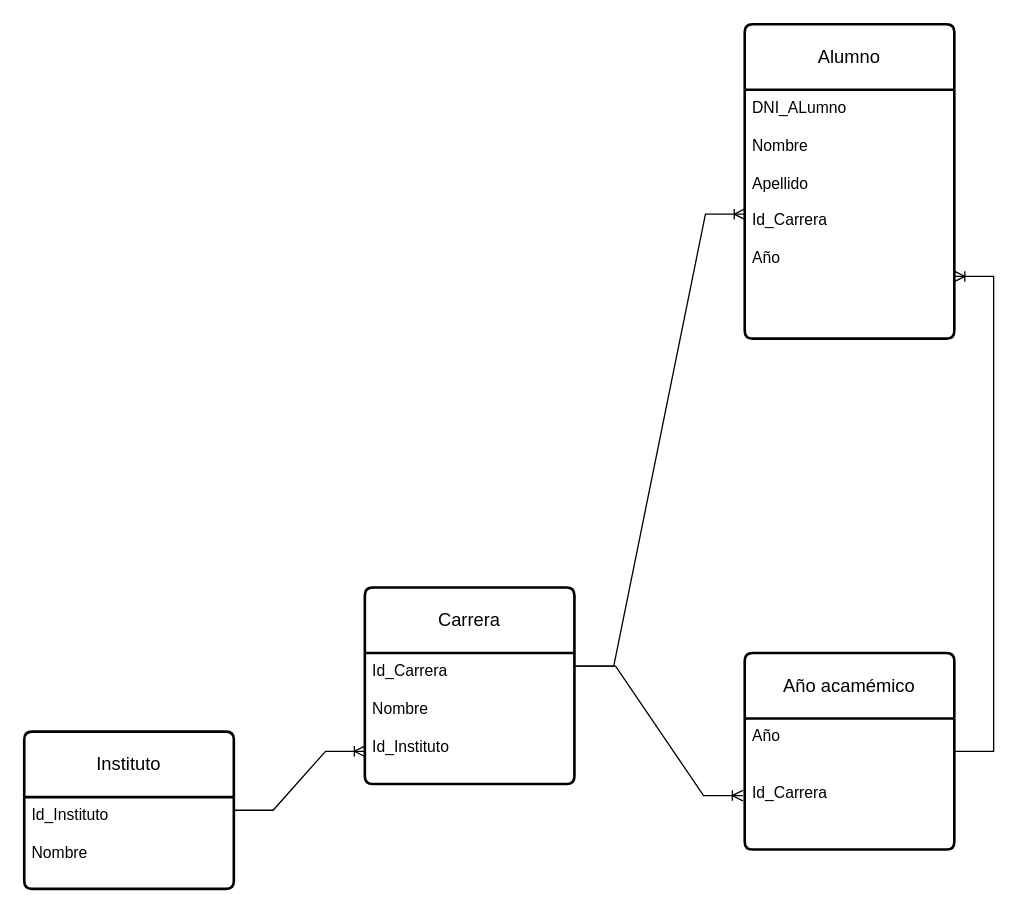
Earlier version of the draw.io diagram Untitled Diagram.drawio (Jolsman01/BasededatosIFODA). Source tidied: cells renumbered, new cells numbered last; positions are measured from the earlier drawing's top-left corner, leaving out a move shared by most shapes. Both pictures are drawn from the tidied source at 131%, with x=0, y=0 at pixel (24, 24).
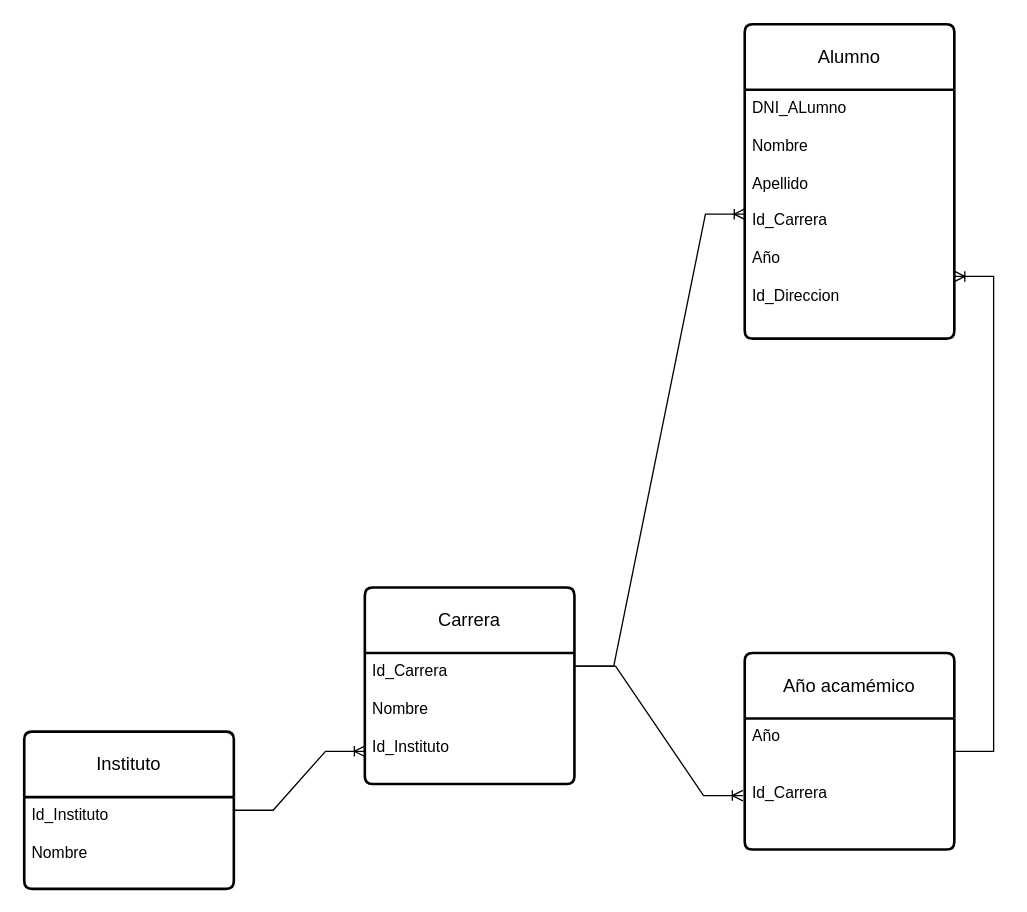
The same page after the edit.

Diff of the diagram source:
```diff
@@
 <mxGraphModel>
   <root>
     <mxCell id="0" />
     <mxCell id="1" parent="0" />
     <mxCell id="2" style="edgeStyle=entityRelationEdgeStyle;fontSize=12;html=1;endArrow=ERoneToMany;rounded=0;entryX=0;entryY=0.75;entryDx=0;entryDy=0;" parent="1" edge="1" target="6">
       <mxGeometry relative="1" as="geometry">
         <mxPoint x="160" y="600" as="sourcePoint" />
       </mxGeometry>
     </mxCell>
     <mxCell id="3" value="Instituto" style="swimlane;horizontal=1;startSize=50;rounded=1;fontSize=14;fontStyle=0;strokeWidth=2;shadow=0;dashed=0;align=center;arcSize=4;whiteSpace=wrap;html=1;" parent="1" vertex="1">
       <mxGeometry y="540" width="160" height="120" as="geometry" />
     </mxCell>
     <mxCell id="4" value="Id_Instituto&lt;br&gt;&lt;br&gt;&lt;div&gt;Nombre&lt;/div&gt;" style="align=left;strokeColor=none;fillColor=none;spacingLeft=4;spacingRight=4;fontSize=12;verticalAlign=top;html=1;whiteSpace=wrap;" parent="3" vertex="1">
       <mxGeometry y="50" width="160" height="70" as="geometry" />
     </mxCell>
     <mxCell id="5" value="Carrera" style="swimlane;horizontal=1;startSize=50;rounded=1;fontSize=14;fontStyle=0;strokeWidth=2;shadow=0;dashed=0;align=center;arcSize=4;whiteSpace=wrap;html=1;" parent="1" vertex="1">
       <mxGeometry x="260" y="430" width="160" height="150" as="geometry" />
     </mxCell>
     <mxCell id="6" value="Id_Carrera&lt;div&gt;&lt;br&gt;&lt;div&gt;Nombre&lt;/div&gt;&lt;div&gt;&lt;br&gt;&lt;/div&gt;&lt;div&gt;Id_Instituto&lt;br&gt;&lt;br&gt;&lt;/div&gt;&lt;/div&gt;" style="align=left;strokeColor=none;fillColor=none;spacingLeft=4;spacingRight=4;fontSize=12;verticalAlign=top;html=1;whiteSpace=wrap;" parent="5" vertex="1">
       <mxGeometry y="50" width="160" height="100" as="geometry" />
     </mxCell>
     <mxCell id="7" value="Año acamémico" style="swimlane;horizontal=1;startSize=50;rounded=1;fontSize=14;fontStyle=0;strokeWidth=2;shadow=0;dashed=0;align=center;arcSize=4;whiteSpace=wrap;html=1;" parent="1" vertex="1">
       <mxGeometry x="550" y="480" width="160" height="150" as="geometry" />
     </mxCell>
     <mxCell id="8" value="&lt;div&gt;&lt;div&gt;Año&lt;/div&gt;&lt;/div&gt;&lt;div&gt;&lt;br&gt;&lt;/div&gt;&lt;div&gt;&lt;br&gt;&lt;/div&gt;&lt;div&gt;Id_Carrera&lt;/div&gt;" style="align=left;strokeColor=none;fillColor=none;spacingLeft=4;spacingRight=4;fontSize=12;verticalAlign=top;html=1;whiteSpace=wrap;" parent="7" vertex="1">
       <mxGeometry y="50" width="160" height="100" as="geometry" />
     </mxCell>
     <mxCell id="9" style="edgeStyle=entityRelationEdgeStyle;fontSize=12;html=1;endArrow=ERoneToMany;rounded=0;exitX=1;exitY=0.5;exitDx=0;exitDy=0;entryX=-0.009;entryY=0.588;entryDx=0;entryDy=0;entryPerimeter=0;" parent="1" edge="1" target="8">
       <mxGeometry relative="1" as="geometry">
         <mxPoint x="421.4" y="490" as="sourcePoint" />
       </mxGeometry>
     </mxCell>
     <mxCell id="10" value="Alumno" style="swimlane;horizontal=1;startSize=50;rounded=1;fontSize=14;fontStyle=0;strokeWidth=2;shadow=0;dashed=0;align=center;arcSize=4;whiteSpace=wrap;html=1;" parent="1" vertex="1">
       <mxGeometry x="550" width="160" height="240" as="geometry" />
     </mxCell>
-    <mxCell id="11" value="DNI_ALumno&lt;div&gt;&lt;br&gt;&lt;/div&gt;&lt;div&gt;Nombre&lt;/div&gt;&lt;div&gt;&lt;br&gt;&lt;/div&gt;&lt;div&gt;Apellido&lt;/div&gt;&lt;div&gt;&lt;br&gt;&lt;/div&gt;&lt;div&gt;Id_Carrera&lt;/div&gt;&lt;div&gt;&lt;br&gt;&lt;/div&gt;&lt;div&gt;Año&lt;/div&gt;" style="align=left;strokeColor=none;fillColor=none;spacingLeft=4;spacingRight=4;fontSize=12;verticalAlign=top;html=1;whiteSpace=wrap;" parent="10" vertex="1">
+    <mxCell id="11" value="DNI_ALumno&lt;div&gt;&lt;br&gt;&lt;/div&gt;&lt;div&gt;Nombre&lt;/div&gt;&lt;div&gt;&lt;br&gt;&lt;/div&gt;&lt;div&gt;Apellido&lt;/div&gt;&lt;div&gt;&lt;br&gt;&lt;/div&gt;&lt;div&gt;Id_Carrera&lt;/div&gt;&lt;div&gt;&lt;br&gt;&lt;/div&gt;&lt;div&gt;Año&lt;/div&gt;&lt;div&gt;&lt;br&gt;&lt;/div&gt;&lt;div&gt;Id_Direccion&lt;/div&gt;" style="align=left;strokeColor=none;fillColor=none;spacingLeft=4;spacingRight=4;fontSize=12;verticalAlign=top;html=1;whiteSpace=wrap;" parent="10" vertex="1">
       <mxGeometry y="50" width="160" height="190" as="geometry" />
     </mxCell>
     <mxCell id="12" style="edgeStyle=entityRelationEdgeStyle;fontSize=12;html=1;endArrow=ERoneToMany;rounded=0;entryX=0;entryY=0.5;entryDx=0;entryDy=0;" parent="1" edge="1" target="11">
       <mxGeometry relative="1" as="geometry">
         <mxPoint x="420" y="490" as="sourcePoint" />
       </mxGeometry>
     </mxCell>
     <mxCell id="13" style="edgeStyle=entityRelationEdgeStyle;fontSize=12;html=1;endArrow=ERoneToMany;rounded=0;entryX=1;entryY=0.75;entryDx=0;entryDy=0;exitX=1;exitY=0.25;exitDx=0;exitDy=0;" parent="1" edge="1" source="8" target="11">
       <mxGeometry relative="1" as="geometry" />
     </mxCell>
   </root>
 </mxGraphModel>
```
